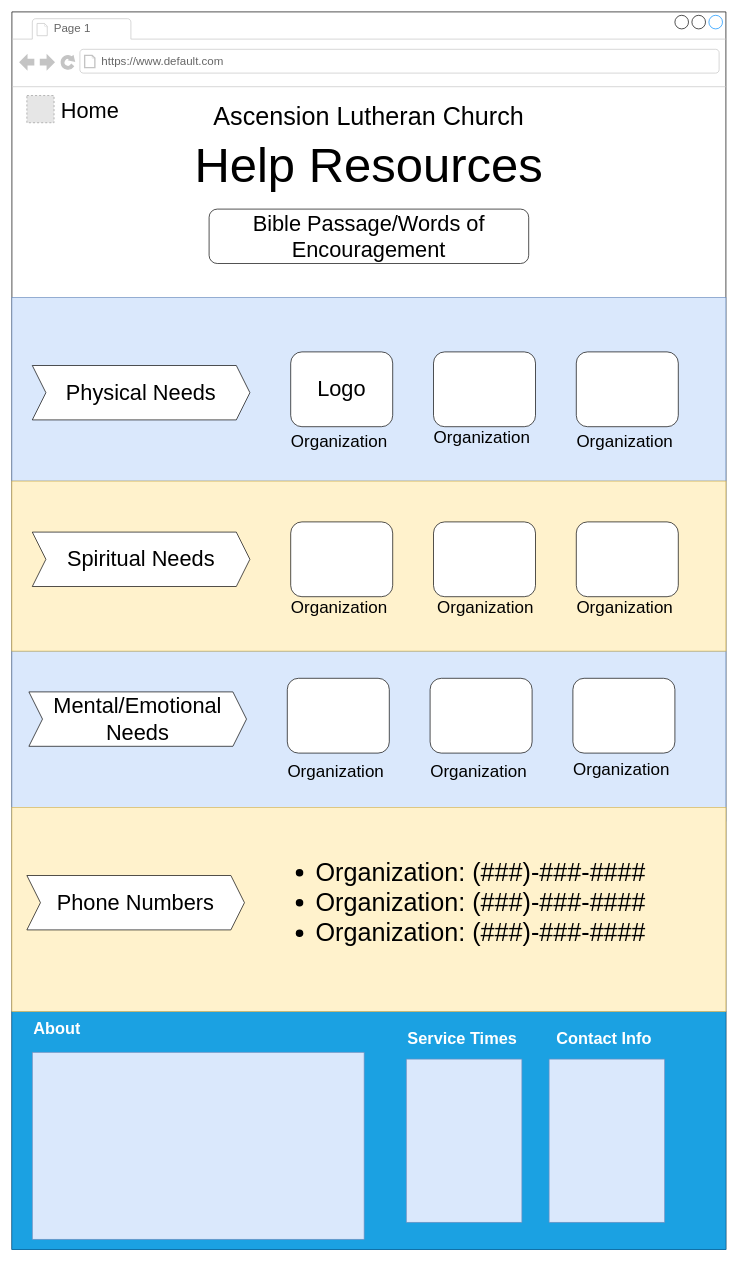
Before: ChurchWebPage.drawio in MeredithD2/Hello-World1, a draw.io diagram. Source tidied: cells renumbered, new cells numbered last; positions are measured from the earlier drawing's top-left corner, leaving out a move shared by most shapes. Both pictures are drawn from the tidied source at 68%, with x=0, y=0 at pixel (12, 12). Pictures stored in the file or linked from it are replaced by grey dashed boxes.
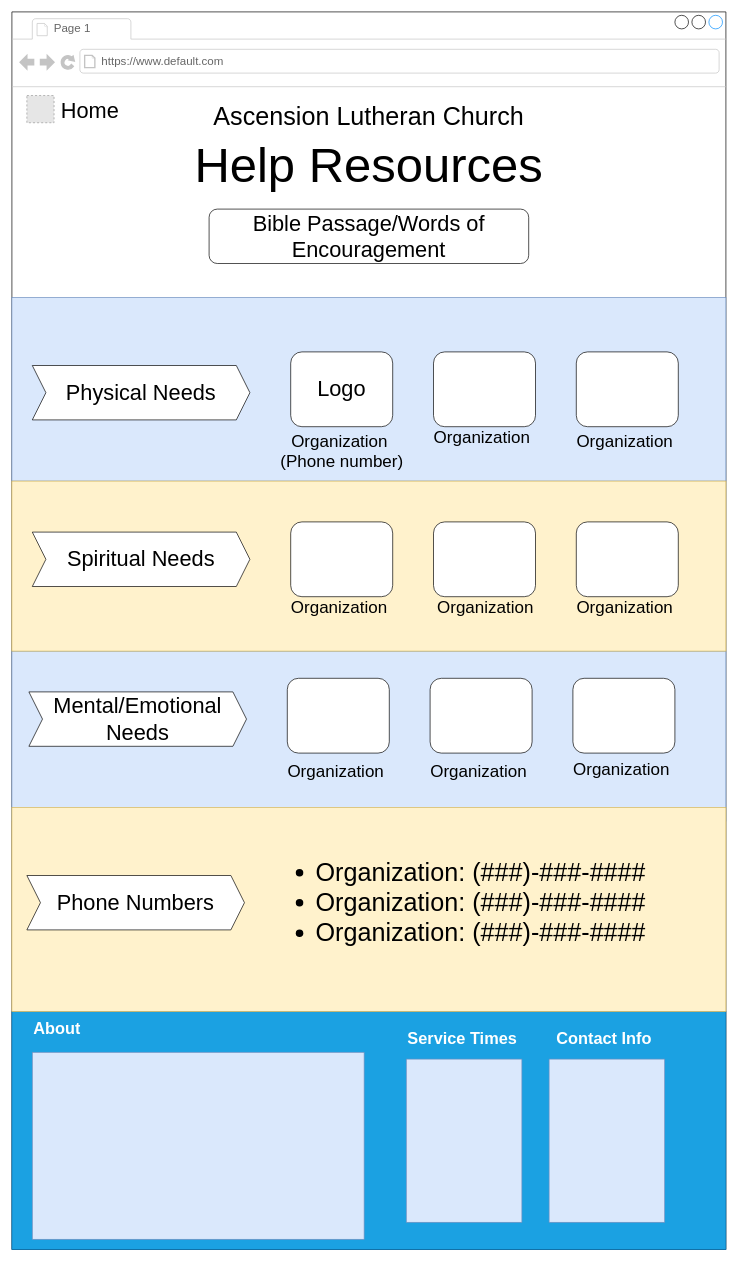
Above is the later version.

Unchanged cells that the change refers to:
```xml
<mxCell id="2" style="strokeWidth=1;shadow=0;dashed=0;align=center;html=1;shape=mxgraph.mockup.containers.browserWindow;rSize=0;mainText=,;rounded=0;labelBackgroundColor=none;fontFamily=Verdana;fontSize=12;" parent="1" vertex="1">
  <mxGeometry width="1050" height="1820" as="geometry" />
</mxCell>
```

Change to the diagram source:
```diff
@@
-    <mxCell id="21" value="&lt;font style=&quot;font-size: 25px;&quot;&gt;Organization&amp;nbsp;&lt;/font&gt;" style="text;html=1;align=center;verticalAlign=middle;whiteSpace=wrap;rounded=0;" parent="2" vertex="1">
-      <mxGeometry x="405" y="615" width="160" height="30" as="geometry" />
+    <mxCell id="21" value="&lt;font style=&quot;font-size: 25px;&quot;&gt;Organization&amp;nbsp;&lt;/font&gt;&lt;div&gt;&lt;font style=&quot;font-size: 25px;&quot;&gt;(Phone number)&lt;/font&gt;&lt;/div&gt;" style="text;html=1;align=center;verticalAlign=middle;whiteSpace=wrap;rounded=0;" parent="2" vertex="1">
+      <mxGeometry x="387.5" y="630" width="195" height="30" as="geometry" />
     </mxCell>
```
